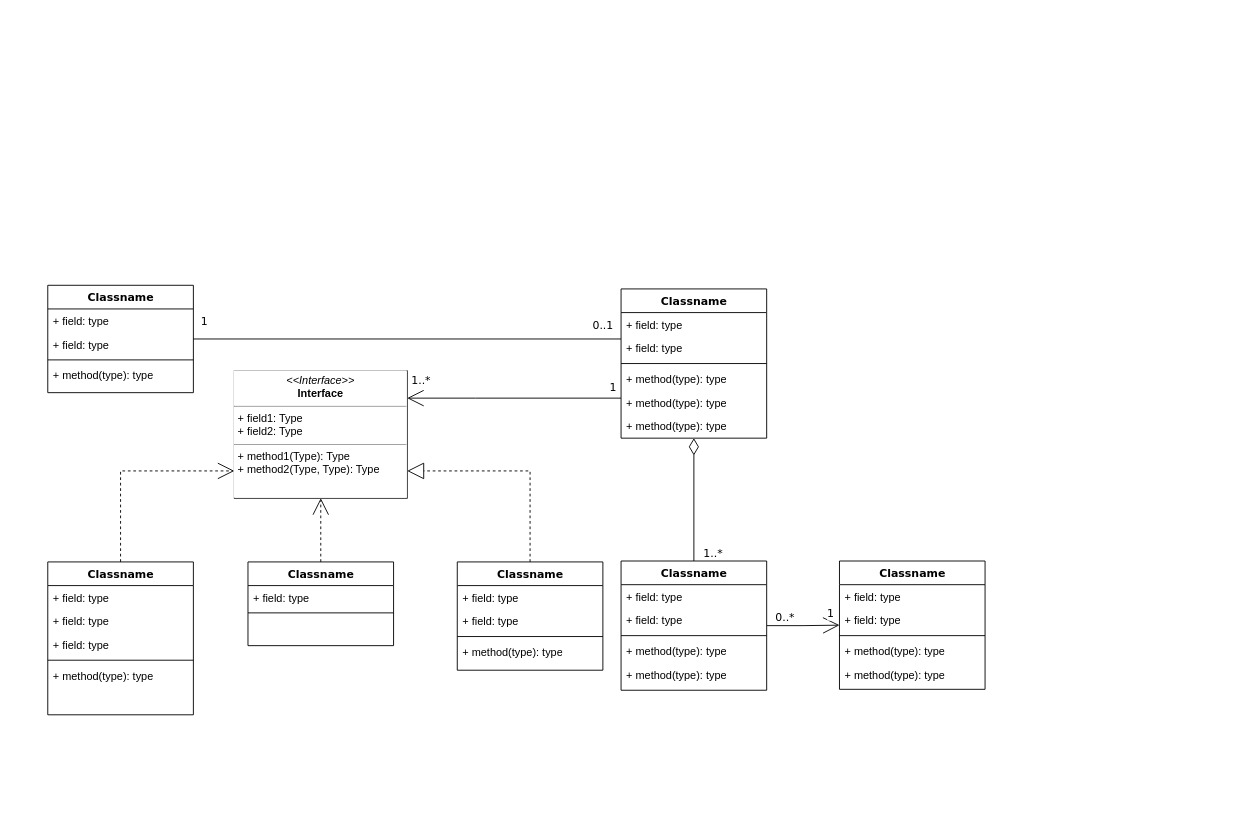
Earlier version of the draw.io diagram jubilant-guacamole-classes.drawio (mrhaubrich/jubilant-guacamole). Source tidied: cells renumbered, new cells numbered last; positions are measured from the earlier drawing's top-left corner, leaving out a move shared by most shapes. Both pictures are drawn from the tidied source at 91%, with x=0, y=0 at pixel (47, 285).
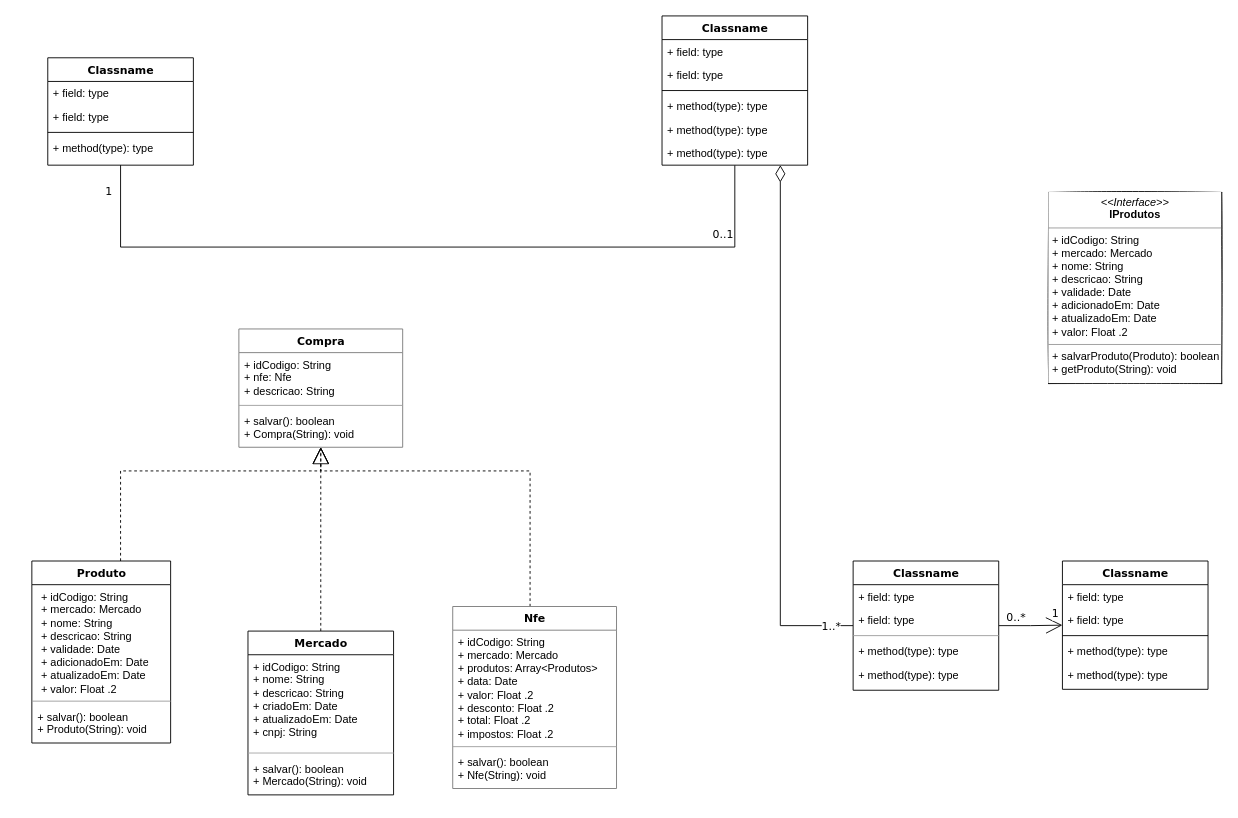
The same diagram, later.

The edit, as a diff of the source:
```diff
@@
+    <mxCell id="55" style="rounded=0;whiteSpace=wrap;html=1;shadow=0;glass=0;labelBackgroundColor=default;sketch=1;fontColor=default;strokeColor=#FFFFFF;gradientColor=none;fillColor=none;" parent="1" vertex="1">
+      <mxGeometry x="-35" y="18" width="700" height="550" as="geometry" />
+    </mxCell>
-    <mxCell id="2" style="edgeStyle=orthogonalEdgeStyle;rounded=0;html=1;dashed=1;labelBackgroundColor=default;startArrow=none;startFill=0;startSize=8;endArrow=open;endFill=0;endSize=16;fontFamily=Verdana;fontSize=12;fontColor=default;" parent="1" edge="1" source="3" target="54">
+    <mxCell id="2" style="edgeStyle=orthogonalEdgeStyle;rounded=0;html=1;dashed=1;labelBackgroundColor=default;startArrow=none;startFill=0;startSize=8;endArrow=open;endFill=0;endSize=16;fontFamily=Verdana;fontSize=12;fontColor=default;" parent="1" edge="1" source="3">
       <mxGeometry relative="1" as="geometry">
+        <mxPoint x="300" y="178" as="targetPoint" />
         <Array as="points">
           <mxPoint x="80" y="204" />
+          <mxPoint x="300" y="204" />
         </Array>
       </mxGeometry>
     </mxCell>
-    <mxCell id="3" value="Classname" style="swimlane;html=1;fontStyle=1;align=center;verticalAlign=top;horizontal=1;startSize=26;swimlaneFillColor=rgba(255, 255, 255, 1);rounded=0;shadow=0;comic=0;labelBackgroundColor=default;strokeWidth=1;fillColor=rgba(255, 255, 255, 1);fontFamily=Verdana;fontSize=12;glass=0;fontColor=default;" parent="1" vertex="1">
-      <mxGeometry y="304" width="160" height="168" as="geometry" />
+    <mxCell id="3" value="Produto" style="swimlane;html=1;fontStyle=1;align=center;verticalAlign=top;horizontal=1;startSize=26;swimlaneFillColor=rgba(255, 255, 255, 1);rounded=0;shadow=0;comic=0;labelBackgroundColor=default;strokeWidth=1;fillColor=rgba(255, 255, 255, 1);fontFamily=Verdana;fontSize=12;glass=0;fontColor=default;" parent="1" vertex="1">
+      <mxGeometry x="-17.5" y="303" width="152.5" height="200" as="geometry" />
     </mxCell>
-    <mxCell id="4" value="+ field: type" style="text;html=1;strokeColor=none;fillColor=none;align=left;verticalAlign=top;spacingLeft=4;spacingRight=4;whiteSpace=wrap;overflow=hidden;fontColor=default;labelBackgroundColor=default;" parent="3" vertex="1">
-      <mxGeometry y="26" width="160" height="26" as="geometry" />
-    </mxCell>
-    <mxCell id="5" value="+ field: type" style="text;html=1;strokeColor=none;fillColor=none;align=left;verticalAlign=top;spacingLeft=4;spacingRight=4;whiteSpace=wrap;overflow=hidden;fontColor=default;labelBackgroundColor=default;" parent="3" vertex="1">
-      <mxGeometry y="52" width="160" height="26" as="geometry" />
-    </mxCell>
-    <mxCell id="6" value="+ field: type" style="text;html=1;strokeColor=none;fillColor=none;align=left;verticalAlign=top;spacingLeft=4;spacingRight=4;whiteSpace=wrap;overflow=hidden;fontColor=default;labelBackgroundColor=default;" parent="3" vertex="1">
-      <mxGeometry y="78" width="160" height="26" as="geometry" />
+    <mxCell id="6" value="&lt;p style=&quot;margin: 0px 0px 0px 4px&quot;&gt;+ idCodigo: String&lt;br&gt;+ mercado: Mercado&lt;/p&gt;&lt;p style=&quot;margin: 0px 0px 0px 4px&quot;&gt;+ nome: String&lt;/p&gt;&lt;p style=&quot;margin: 0px 0px 0px 4px&quot;&gt;+ descricao: String&lt;/p&gt;&lt;p style=&quot;margin: 0px 0px 0px 4px&quot;&gt;+ validade: Date&lt;/p&gt;&lt;p style=&quot;margin: 0px 0px 0px 4px&quot;&gt;+ adicionadoEm: Date&lt;/p&gt;&lt;p style=&quot;margin: 0px 0px 0px 4px&quot;&gt;+ atualizadoEm: Date&lt;/p&gt;&lt;p style=&quot;margin: 0px 0px 0px 4px&quot;&gt;+ valor: Float .2&lt;/p&gt;" style="text;html=1;strokeColor=none;fillColor=none;align=left;verticalAlign=top;spacingLeft=4;spacingRight=4;whiteSpace=wrap;overflow=hidden;fontColor=default;labelBackgroundColor=default;" parent="3" vertex="1">
+      <mxGeometry y="26" width="152.5" height="124" as="geometry" />
     </mxCell>
-    <mxCell id="7" style="line;html=1;strokeWidth=1;fillColor=none;align=left;verticalAlign=middle;spacingTop=-1;spacingLeft=3;spacingRight=3;labelPosition=right;fontColor=default;labelBackgroundColor=default;" parent="3" vertex="1">
-      <mxGeometry y="104" width="160" height="8" as="geometry" />
+    <mxCell id="7" style="line;html=1;strokeWidth=1;fillColor=none;align=left;verticalAlign=middle;spacingTop=-1;spacingLeft=3;spacingRight=3;labelPosition=right;fontColor=default;labelBackgroundColor=default;strokeColor=#9C9C9C;" parent="3" vertex="1">
+      <mxGeometry y="150" width="152.5" height="8" as="geometry" />
     </mxCell>
-    <mxCell id="8" value="+ method(type): type" style="text;html=1;strokeColor=none;fillColor=none;align=left;verticalAlign=top;spacingLeft=4;spacingRight=4;whiteSpace=wrap;overflow=hidden;fontColor=default;labelBackgroundColor=default;" parent="3" vertex="1">
-      <mxGeometry y="112" width="160" height="26" as="geometry" />
+    <mxCell id="8" value="&lt;span&gt;+ salvar(): boolean&lt;/span&gt;&lt;br&gt;&lt;span&gt;+ Produto(String): void&lt;/span&gt;" style="text;html=1;strokeColor=none;fillColor=none;align=left;verticalAlign=top;spacingLeft=4;spacingRight=4;whiteSpace=wrap;overflow=hidden;fontColor=default;labelBackgroundColor=default;" parent="3" vertex="1">
+      <mxGeometry y="158" width="152.5" height="42" as="geometry" />
     </mxCell>
     <mxCell id="9" value="Classname" style="swimlane;html=1;fontStyle=1;align=center;verticalAlign=top;horizontal=1;startSize=26;swimlaneFillColor=rgba(255, 255, 255, 1);rounded=0;shadow=0;comic=0;labelBackgroundColor=default;strokeWidth=1;fillColor=rgba(255, 255, 255, 1);fontFamily=Verdana;fontSize=12;glass=0;fontColor=default;" parent="1" vertex="1">
-      <mxGeometry width="160" height="118" as="geometry" />
+      <mxGeometry y="-250" width="160" height="118" as="geometry" />
     </mxCell>
@@
-    <mxCell id="14" style="edgeStyle=orthogonalEdgeStyle;rounded=0;html=1;labelBackgroundColor=default;startArrow=none;startFill=0;startSize=8;endArrow=open;endFill=0;endSize=16;fontFamily=Verdana;fontSize=12;fontColor=default;" parent="1" edge="1" source="20" target="54">
-      <mxGeometry relative="1" as="geometry">
-        <Array as="points">
-          <mxPoint x="470" y="124" />
-          <mxPoint x="470" y="124" />
-        </Array>
-      </mxGeometry>
-    </mxCell>
-    <mxCell id="15" value="1..*" style="text;html=1;align=center;verticalAlign=middle;labelBackgroundColor=default;fontSize=12;fontFamily=Verdana;fontColor=default;" parent="14" vertex="1">
-      <mxGeometry x="0.86" y="2" relative="1" as="geometry">
-        <mxPoint x="-2" y="-22" as="offset" />
-      </mxGeometry>
-    </mxCell>
-    <mxCell id="16" value="1" style="text;html=1;align=center;verticalAlign=middle;labelBackgroundColor=default;fontSize=12;fontFamily=Verdana;fontColor=default;" parent="14" vertex="1">
-      <mxGeometry x="0.36" y="152" relative="1" as="geometry">
-        <mxPoint x="150" y="-164" as="offset" />
-      </mxGeometry>
-    </mxCell>
     <mxCell id="17" style="edgeStyle=orthogonalEdgeStyle;rounded=0;html=1;labelBackgroundColor=default;startArrow=none;startFill=0;startSize=8;endArrow=none;endFill=0;endSize=16;fontFamily=Verdana;fontSize=12;fontColor=default;" parent="1" edge="1" source="20" target="9">
       <mxGeometry relative="1" as="geometry">
         <Array as="points">
-          <mxPoint x="530" y="59" />
-          <mxPoint x="530" y="59" />
+          <mxPoint x="755" y="-42" />
+          <mxPoint x="80" y="-42" />
         </Array>
       </mxGeometry>
     </mxCell>
@@
     <mxCell id="20" value="Classname" style="swimlane;html=1;fontStyle=1;align=center;verticalAlign=top;horizontal=1;startSize=26;swimlaneFillColor=default;rounded=0;shadow=0;comic=0;labelBackgroundColor=default;strokeWidth=1;fillColor=default;fontFamily=Verdana;fontSize=12;swimlaneLine=1;glass=0;fontColor=default;" parent="1" vertex="1">
-      <mxGeometry x="630" y="4" width="160" height="164" as="geometry" />
+      <mxGeometry x="675" y="-296" width="160" height="164" as="geometry" />
     </mxCell>
@@
-    <mxCell id="27" style="edgeStyle=orthogonalEdgeStyle;rounded=0;html=1;dashed=1;labelBackgroundColor=default;startArrow=none;startFill=0;startSize=8;endArrow=open;endFill=0;endSize=16;fontFamily=Verdana;fontSize=12;fontColor=default;" parent="1" edge="1" source="28" target="54">
-      <mxGeometry relative="1" as="geometry" />
+    <mxCell id="27" style="edgeStyle=orthogonalEdgeStyle;rounded=0;html=1;dashed=1;labelBackgroundColor=default;startArrow=none;startFill=0;startSize=8;endArrow=open;endFill=0;endSize=16;fontFamily=Verdana;fontSize=12;fontColor=default;" parent="1" edge="1" source="28">
+      <mxGeometry relative="1" as="geometry">
+        <mxPoint x="300" y="178" as="targetPoint" />
+      </mxGeometry>
     </mxCell>
-    <mxCell id="28" value="Classname" style="swimlane;html=1;fontStyle=1;align=center;verticalAlign=top;horizontal=1;startSize=26;swimlaneFillColor=rgba(255, 255, 255, 1);rounded=0;shadow=0;comic=0;labelBackgroundColor=default;strokeWidth=1;fillColor=rgba(255, 255, 255, 1);fontFamily=Verdana;fontSize=12;glass=0;fontColor=default;" parent="1" vertex="1">
-      <mxGeometry x="220" y="304" width="160" height="92" as="geometry" />
+    <mxCell id="28" value="Mercado" style="swimlane;html=1;fontStyle=1;align=center;verticalAlign=top;horizontal=1;startSize=26;swimlaneFillColor=rgba(255, 255, 255, 1);rounded=0;shadow=0;comic=0;labelBackgroundColor=default;strokeWidth=1;fillColor=rgba(255, 255, 255, 1);fontFamily=Verdana;fontSize=12;glass=0;fontColor=default;" parent="1" vertex="1">
+      <mxGeometry x="220" y="380" width="160" height="180" as="geometry" />
     </mxCell>
-    <mxCell id="29" value="+ field: type" style="text;html=1;strokeColor=none;fillColor=none;align=left;verticalAlign=top;spacingLeft=4;spacingRight=4;whiteSpace=wrap;overflow=hidden;fontColor=default;labelBackgroundColor=default;" parent="28" vertex="1">
-      <mxGeometry y="26" width="160" height="26" as="geometry" />
+    <mxCell id="29" value="+ idCodigo: String&lt;br&gt;+ nome: String&lt;br&gt;+ descricao: String&lt;br&gt;+ criadoEm: Date&lt;br&gt;+ atualizadoEm: Date&lt;br&gt;+ cnpj: String" style="text;html=1;strokeColor=none;fillColor=none;align=left;verticalAlign=top;spacingLeft=4;spacingRight=4;whiteSpace=wrap;overflow=hidden;fontColor=default;labelBackgroundColor=default;" parent="28" vertex="1">
+      <mxGeometry y="26" width="160" height="104" as="geometry" />
     </mxCell>
-    <mxCell id="30" style="line;html=1;strokeWidth=1;fillColor=none;align=left;verticalAlign=middle;spacingTop=-1;spacingLeft=3;spacingRight=3;labelPosition=right;fontColor=default;labelBackgroundColor=default;" parent="28" vertex="1">
-      <mxGeometry y="52" width="160" height="8" as="geometry" />
+    <mxCell id="30" style="line;html=1;strokeWidth=1;fillColor=none;align=left;verticalAlign=middle;spacingTop=-1;spacingLeft=3;spacingRight=3;labelPosition=right;fontColor=default;labelBackgroundColor=default;strokeColor=#A6A6A6;" parent="28" vertex="1">
+      <mxGeometry y="130" width="160" height="8" as="geometry" />
     </mxCell>
+    <mxCell id="56" value="&lt;span&gt;+ salvar(): boolean&lt;/span&gt;&lt;br&gt;&lt;span&gt;+ Mercado(String): void&lt;/span&gt;" style="text;html=1;strokeColor=none;fillColor=none;align=left;verticalAlign=top;spacingLeft=4;spacingRight=4;whiteSpace=wrap;overflow=hidden;fontColor=default;labelBackgroundColor=default;" parent="28" vertex="1">
+      <mxGeometry y="138" width="160" height="42" as="geometry" />
+    </mxCell>
     <mxCell id="31" style="edgeStyle=orthogonalEdgeStyle;rounded=0;html=1;labelBackgroundColor=default;startArrow=none;startFill=0;startSize=8;endArrow=diamondThin;endFill=0;endSize=16;fontFamily=Verdana;fontSize=12;fontColor=default;" parent="1" edge="1" source="36" target="20">
-      <mxGeometry relative="1" as="geometry" />
+      <mxGeometry relative="1" as="geometry">
+        <Array as="points">
+          <mxPoint x="805" y="374" />
+        </Array>
+      </mxGeometry>
     </mxCell>
@@
     <mxCell id="36" value="Classname" style="swimlane;html=1;fontStyle=1;align=center;verticalAlign=top;horizontal=1;startSize=26;swimlaneFillColor=rgba(255, 255, 255, 1);rounded=0;shadow=0;comic=0;labelBackgroundColor=default;strokeWidth=1;fillColor=rgba(255, 255, 255, 1);fontFamily=Verdana;fontSize=12;glass=0;fontColor=default;" parent="1" vertex="1">
-      <mxGeometry x="630" y="303" width="160" height="142" as="geometry" />
+      <mxGeometry x="885" y="303" width="160" height="142" as="geometry" />
     </mxCell>
@@
-    <mxCell id="39" style="line;html=1;strokeWidth=1;fillColor=none;align=left;verticalAlign=middle;spacingTop=-1;spacingLeft=3;spacingRight=3;labelPosition=right;fontColor=default;labelBackgroundColor=default;" parent="36" vertex="1">
+    <mxCell id="39" style="line;html=1;strokeWidth=1;fillColor=none;align=left;verticalAlign=middle;spacingTop=-1;spacingLeft=3;spacingRight=3;labelPosition=right;fontColor=default;labelBackgroundColor=default;strokeColor=#9C9C9C;" parent="36" vertex="1">
       <mxGeometry y="78" width="160" height="8" as="geometry" />
     </mxCell>
@@
     <mxCell id="42" value="Classname" style="swimlane;html=1;fontStyle=1;align=center;verticalAlign=top;horizontal=1;startSize=26;swimlaneFillColor=#ffffff;rounded=0;shadow=0;comic=0;labelBackgroundColor=default;strokeWidth=1;fillColor=none;fontFamily=Verdana;fontSize=12;fontColor=default;" parent="1" vertex="1">
-      <mxGeometry x="870" y="303" width="160" height="141" as="geometry" />
+      <mxGeometry x="1115" y="303" width="160" height="141" as="geometry" />
     </mxCell>
@@
-    <mxCell id="48" style="edgeStyle=orthogonalEdgeStyle;rounded=0;html=1;dashed=1;labelBackgroundColor=default;startArrow=none;startFill=0;startSize=8;endArrow=block;endFill=0;endSize=16;fontFamily=Verdana;fontSize=12;fontColor=default;" parent="1" edge="1" source="49" target="54">
+    <mxCell id="48" style="edgeStyle=orthogonalEdgeStyle;rounded=0;html=1;dashed=1;labelBackgroundColor=default;startArrow=none;startFill=0;startSize=8;endArrow=block;endFill=0;endSize=16;fontFamily=Verdana;fontSize=12;fontColor=default;" parent="1" edge="1" source="49">
       <mxGeometry relative="1" as="geometry">
+        <mxPoint x="300" y="178" as="targetPoint" />
         <Array as="points">
           <mxPoint x="530" y="204" />
         </Array>
       </mxGeometry>
     </mxCell>
-    <mxCell id="49" value="Classname" style="swimlane;html=1;fontStyle=1;align=center;verticalAlign=top;horizontal=1;startSize=26;swimlaneFillColor=rgba(255, 255, 255, 1);rounded=0;shadow=0;comic=0;labelBackgroundColor=default;strokeWidth=1;fillColor=rgba(255, 255, 255, 1);fontFamily=Verdana;fontSize=12;glass=0;fontColor=default;" parent="1" vertex="1">
-      <mxGeometry x="450" y="304" width="160" height="119" as="geometry" />
+    <mxCell id="49" value="Nfe" style="swimlane;html=1;fontStyle=1;align=center;verticalAlign=top;horizontal=1;startSize=26;swimlaneFillColor=rgba(255, 255, 255, 1);rounded=0;shadow=0;comic=0;labelBackgroundColor=default;strokeWidth=1;fillColor=rgba(255, 255, 255, 1);fontFamily=Verdana;fontSize=12;glass=0;fontColor=default;strokeColor=#7A7A7A;" parent="1" vertex="1">
+      <mxGeometry x="445" y="353" width="180" height="200" as="geometry" />
     </mxCell>
-    <mxCell id="50" value="+ field: type" style="text;html=1;strokeColor=none;fillColor=none;align=left;verticalAlign=top;spacingLeft=4;spacingRight=4;whiteSpace=wrap;overflow=hidden;fontColor=default;labelBackgroundColor=default;" parent="49" vertex="1">
-      <mxGeometry y="26" width="160" height="26" as="geometry" />
+    <mxCell id="50" value="+ idCodigo: String&lt;br&gt;+ mercado: Mercado&lt;br&gt;+ produtos: Array&amp;lt;Produtos&amp;gt;&lt;br&gt;+ data: Date&lt;br&gt;+ valor: Float .2&lt;br&gt;+ desconto: Float .2&lt;br&gt;+ total: Float .2&lt;br&gt;+ impostos: Float .2" style="text;html=1;strokeColor=none;fillColor=none;align=left;verticalAlign=top;spacingLeft=4;spacingRight=4;whiteSpace=wrap;overflow=hidden;fontColor=default;labelBackgroundColor=default;" parent="49" vertex="1">
+      <mxGeometry y="26" width="180" height="124" as="geometry" />
     </mxCell>
-    <mxCell id="51" value="+ field: type" style="text;html=1;strokeColor=none;fillColor=none;align=left;verticalAlign=top;spacingLeft=4;spacingRight=4;whiteSpace=wrap;overflow=hidden;fontColor=default;labelBackgroundColor=default;" parent="49" vertex="1">
-      <mxGeometry y="52" width="160" height="26" as="geometry" />
-    </mxCell>
-    <mxCell id="52" style="line;html=1;strokeWidth=1;fillColor=none;align=left;verticalAlign=middle;spacingTop=-1;spacingLeft=3;spacingRight=3;labelPosition=right;fontColor=default;labelBackgroundColor=default;" parent="49" vertex="1">
-      <mxGeometry y="78" width="160" height="8" as="geometry" />
+    <mxCell id="52" style="line;html=1;strokeWidth=1;fillColor=none;align=left;verticalAlign=middle;spacingTop=-1;spacingLeft=3;spacingRight=3;labelPosition=right;fontColor=default;labelBackgroundColor=default;strokeColor=#9E9E9E;" parent="49" vertex="1">
+      <mxGeometry y="150" width="180" height="8" as="geometry" />
     </mxCell>
-    <mxCell id="53" value="+ method(type): type" style="text;html=1;strokeColor=none;fillColor=none;align=left;verticalAlign=top;spacingLeft=4;spacingRight=4;whiteSpace=wrap;overflow=hidden;fontColor=default;labelBackgroundColor=default;" parent="49" vertex="1">
-      <mxGeometry y="86" width="160" height="26" as="geometry" />
+    <mxCell id="53" value="+ salvar(): boolean&lt;br&gt;+ Nfe(String): void" style="text;html=1;strokeColor=none;fillColor=none;align=left;verticalAlign=top;spacingLeft=4;spacingRight=4;whiteSpace=wrap;overflow=hidden;fontColor=default;labelBackgroundColor=default;" parent="49" vertex="1">
+      <mxGeometry y="158" width="180" height="42" as="geometry" />
     </mxCell>
-    <mxCell id="54" value="&lt;p style=&quot;margin:0px;margin-top:4px;text-align:center;&quot;&gt;&lt;i&gt;&amp;lt;&amp;lt;Interface&amp;gt;&amp;gt;&lt;/i&gt;&lt;br&gt;&lt;b&gt;Interface&lt;/b&gt;&lt;/p&gt;&lt;hr size=&quot;1&quot;&gt;&lt;p style=&quot;margin:0px;margin-left:4px;&quot;&gt;+ field1: Type&lt;br&gt;+ field2: Type&lt;/p&gt;&lt;hr size=&quot;1&quot;&gt;&lt;p style=&quot;margin:0px;margin-left:4px;&quot;&gt;+ method1(Type): Type&lt;br&gt;+ method2(Type, Type): Type&lt;/p&gt;" style="verticalAlign=top;align=left;overflow=fill;fontSize=12;fontFamily=Helvetica;html=1;rounded=0;shadow=0;comic=0;labelBackgroundColor=default;strokeWidth=1;fontColor=default;strokeColor=default;sketch=0;" parent="1" vertex="1">
-      <mxGeometry x="205" y="94" width="190" height="140" as="geometry" />
-    </mxCell>
+    <mxCell id="57" value="Compra" style="swimlane;html=1;fontStyle=1;align=center;verticalAlign=top;horizontal=1;startSize=26;swimlaneFillColor=rgba(255, 255, 255, 1);rounded=0;shadow=0;comic=0;labelBackgroundColor=default;strokeWidth=1;fillColor=rgba(255, 255, 255, 1);fontFamily=Verdana;fontSize=12;glass=0;fontColor=default;strokeColor=#7A7A7A;" parent="1" vertex="1">
+      <mxGeometry x="210" y="48" width="180" height="130" as="geometry" />
+    </mxCell>
+    <mxCell id="58" value="+ idCodigo: String&lt;br&gt;+ nfe: Nfe&lt;br&gt;+ descricao: String" style="text;html=1;strokeColor=none;fillColor=none;align=left;verticalAlign=top;spacingLeft=4;spacingRight=4;whiteSpace=wrap;overflow=hidden;fontColor=default;labelBackgroundColor=default;" parent="57" vertex="1">
+      <mxGeometry y="26" width="180" height="54" as="geometry" />
+    </mxCell>
+    <mxCell id="59" style="line;html=1;strokeWidth=1;fillColor=none;align=left;verticalAlign=middle;spacingTop=-1;spacingLeft=3;spacingRight=3;labelPosition=right;fontColor=default;labelBackgroundColor=default;strokeColor=#9E9E9E;" parent="57" vertex="1">
+      <mxGeometry y="80" width="180" height="8" as="geometry" />
+    </mxCell>
+    <mxCell id="60" value="+ salvar(): boolean&lt;br&gt;+ Compra(String): void" style="text;html=1;strokeColor=none;fillColor=none;align=left;verticalAlign=top;spacingLeft=4;spacingRight=4;whiteSpace=wrap;overflow=hidden;fontColor=default;labelBackgroundColor=default;" parent="57" vertex="1">
+      <mxGeometry y="88" width="180" height="42" as="geometry" />
+    </mxCell>
+    <mxCell id="61" value="&lt;p style=&quot;margin: 0px ; margin-top: 4px ; text-align: center&quot;&gt;&lt;i&gt;&amp;lt;&amp;lt;Interface&amp;gt;&amp;gt;&lt;/i&gt;&lt;br&gt;&lt;b&gt;IProdutos&lt;/b&gt;&lt;/p&gt;&lt;hr size=&quot;1&quot;&gt;&lt;p style=&quot;margin: 0px ; margin-left: 4px&quot;&gt;+ idCodigo: String&lt;br&gt;+ mercado: Mercado&lt;/p&gt;&lt;p style=&quot;margin: 0px ; margin-left: 4px&quot;&gt;+ nome: String&lt;/p&gt;&lt;p style=&quot;margin: 0px ; margin-left: 4px&quot;&gt;+ descricao: String&lt;/p&gt;&lt;p style=&quot;margin: 0px ; margin-left: 4px&quot;&gt;+ validade: Date&lt;/p&gt;&lt;p style=&quot;margin: 0px ; margin-left: 4px&quot;&gt;+ adicionadoEm: Date&lt;/p&gt;&lt;p style=&quot;margin: 0px ; margin-left: 4px&quot;&gt;+ atualizadoEm: Date&lt;/p&gt;&lt;p style=&quot;margin: 0px ; margin-left: 4px&quot;&gt;+ valor: Float .2&lt;br&gt;&lt;/p&gt;&lt;hr size=&quot;1&quot;&gt;&lt;p style=&quot;margin: 0px ; margin-left: 4px&quot;&gt;+ salvarProduto(Produto): boolean&lt;br&gt;+ getProduto(String): void&lt;/p&gt;" style="verticalAlign=top;align=left;overflow=fill;fontSize=12;fontFamily=Helvetica;html=1;rounded=0;shadow=0;comic=0;labelBackgroundColor=default;strokeWidth=1;fontColor=default;strokeColor=default;sketch=1;glass=0;" parent="1" vertex="1">
+      <mxGeometry x="1100" y="-102" width="190" height="210" as="geometry" />
+    </mxCell>
```
